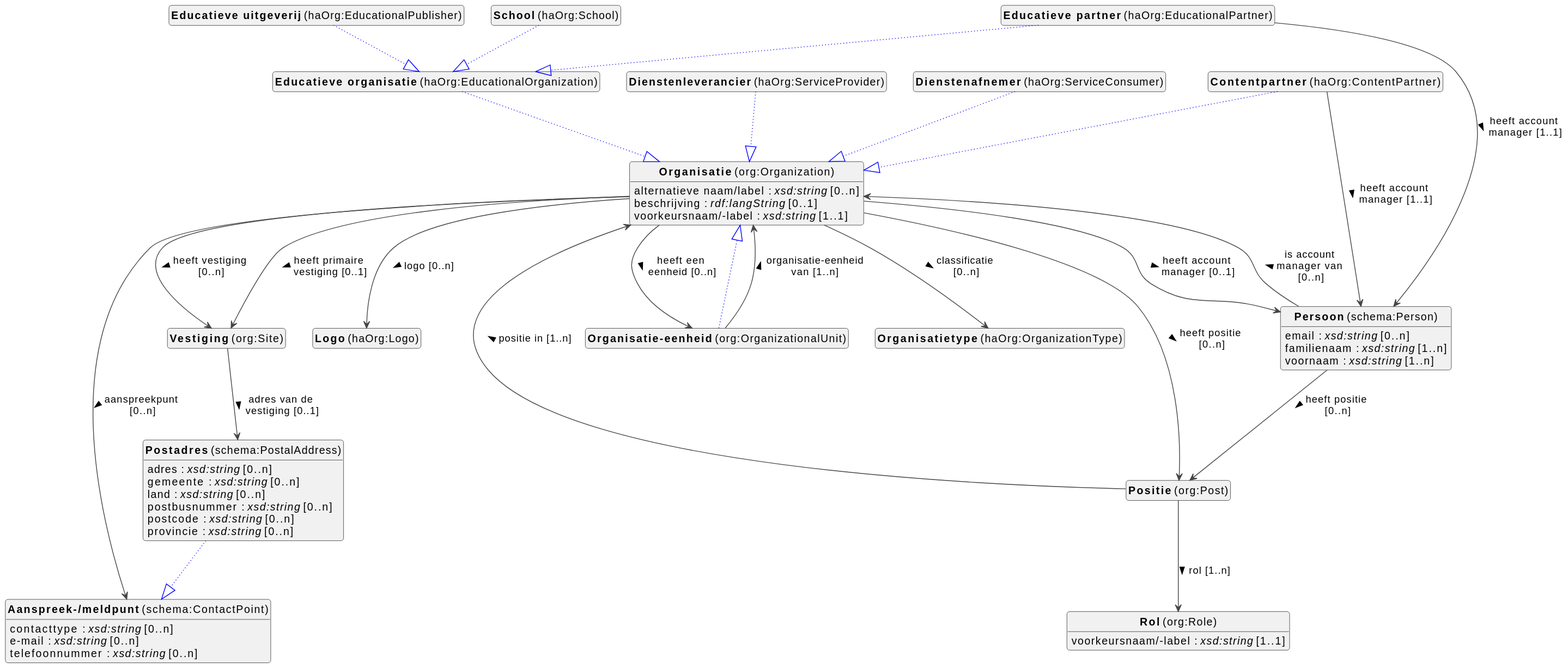
Earlier version of the PlantUML export docs/metadata/modellen/0.0.1/organization/nl/organization-diagram.svg (viaacode/documentation-jekyll).
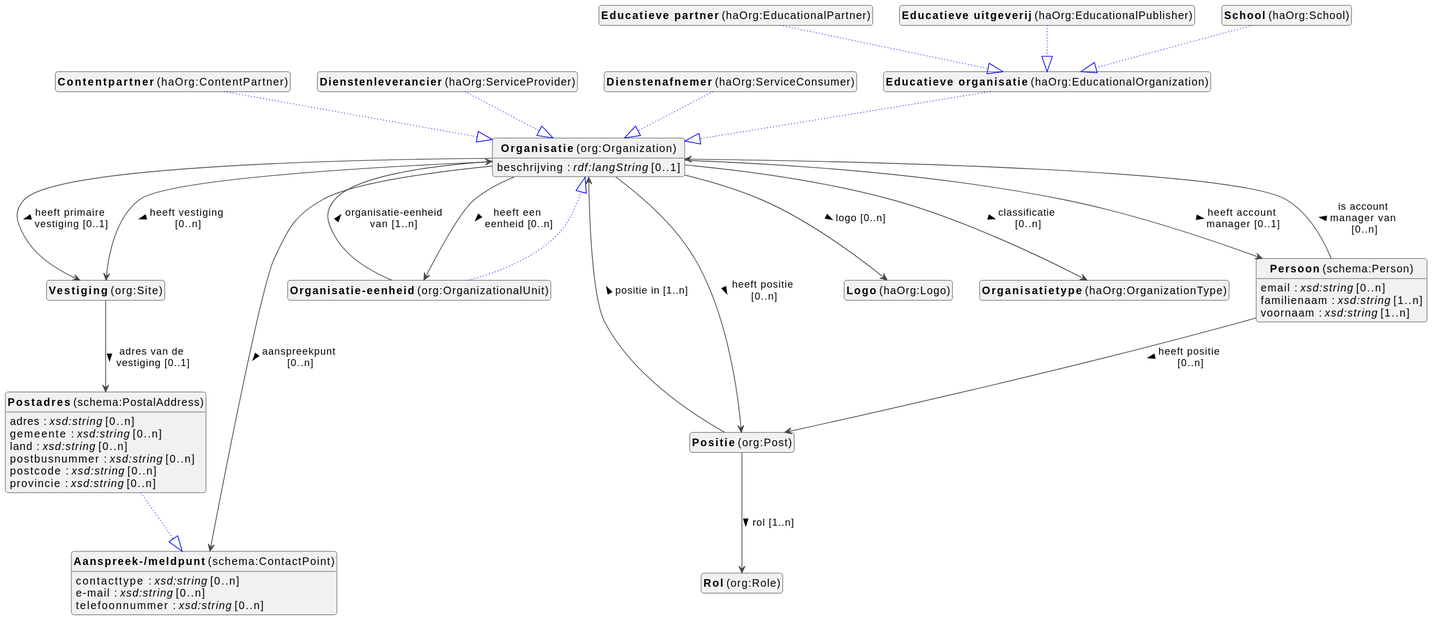
The same diagram one commit later.

The edit, as a diff of the source:
```diff
@@ -38,8 +38,6 @@
 
 
 org_Organization --> schema_ContactPoint : aanspreekpunt [0..n] >
-org_Organization : alternatieve naam/label : <i>xsd:string</i> [0..n]
-
 org_Organization : beschrijving : <i>rdf:langString</i> [0..1]
 
 
@@ -57,8 +55,6 @@
 
 
 org_Organization --> haOrg_Logo : logo [0..n] >
-org_Organization : voorkeursnaam/-label : <i>xsd:string</i> [1..1]
-
 
 org_OrganizationalUnit --|> org_Organization #blue;line.dotted;text:blue
 
@@ -67,8 +63,6 @@
 
 haOrg_ContentPartner --|> org_Organization #blue;line.dotted;text:blue
 
-
-haOrg_ContentPartner --> schema_Person : heeft account manager [1..1] >
 
 haOrg_ServiceProvider --|> org_Organization #blue;line.dotted;text:blue
 
@@ -81,8 +75,6 @@
 
 haOrg_EducationalPartner --|> haOrg_EducationalOrganization #blue;line.dotted;text:blue
 
-
-haOrg_EducationalPartner --> schema_Person : heeft account manager [1..1] >
 
 haOrg_EducationalPublisher --|> haOrg_EducationalOrganization #blue;line.dotted;text:blue
 
@@ -100,8 +92,6 @@
 
 org_Post --> org_Role : rol [1..n] >
 
-
-org_Role : voorkeursnaam/-label : <i>xsd:string</i> [1..1]
 
 
 
```
